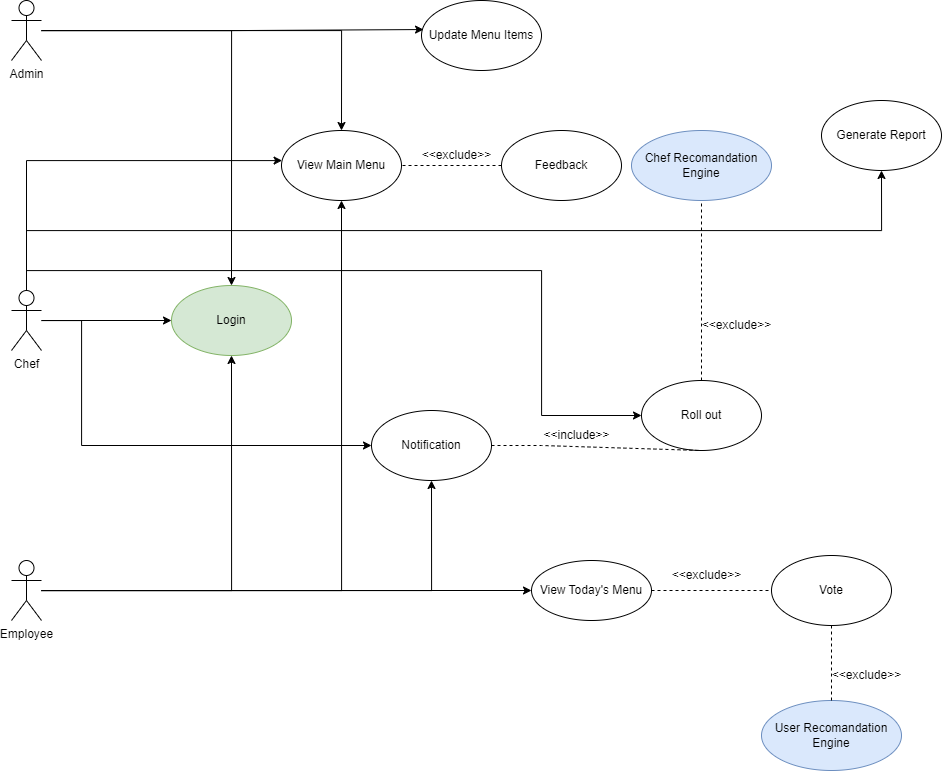
Earlier version of the draw.io export Diagrams/Usecase Diagram.png (rohitmatade-itt/Cafetria-RecomendationEngine). Source tidied: cells renumbered, new cells last; positions are measured from the earlier drawing's top-left corner, leaving out a move shared by most shapes.
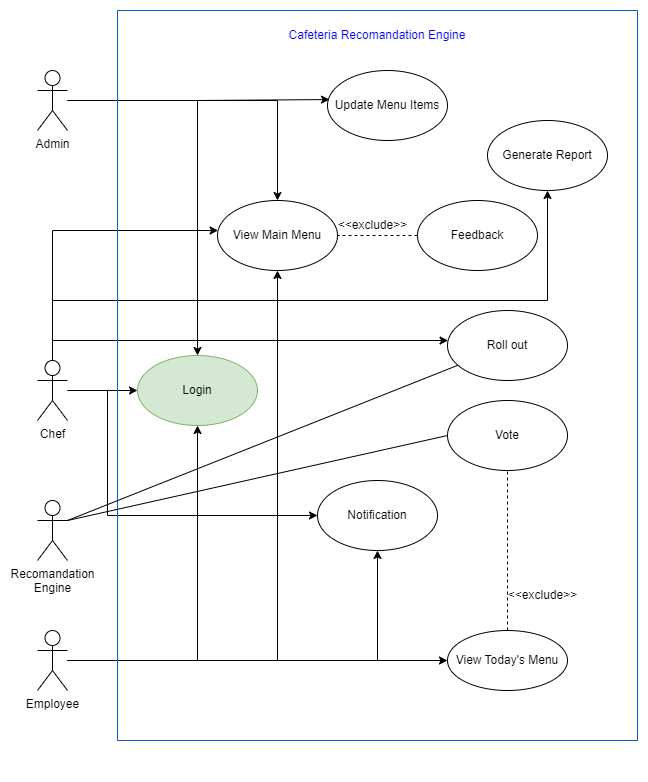
After the change.

The edit, as a diff of the source:
```diff
@@ -12,34 +12,22 @@
       <mxGeometry width="30" height="60" as="geometry" />
     </mxCell>
     <mxCell id="5" value="Login" style="ellipse;whiteSpace=wrap;html=1;fillColor=#d5e8d4;strokeColor=#82b366;" parent="1" vertex="1">
-      <mxGeometry x="160" y="285" width="120" height="70" as="geometry" />
+      <mxGeometry x="100" y="285" width="120" height="70" as="geometry" />
     </mxCell>
     <mxCell id="6" value="View Main Menu" style="ellipse;whiteSpace=wrap;html=1;" parent="1" vertex="1">
-      <mxGeometry x="270" y="130" width="120" height="70" as="geometry" />
+      <mxGeometry x="180" y="130" width="120" height="70" as="geometry" />
     </mxCell>
-    <mxCell id="7" value="Feedback" style="ellipse;whiteSpace=wrap;html=1;" parent="1" vertex="1">
-      <mxGeometry x="490" y="130" width="120" height="70" as="geometry" />
-    </mxCell>
     <mxCell id="8" value="Roll out" style="ellipse;whiteSpace=wrap;html=1;" parent="1" vertex="1">
-      <mxGeometry x="630" y="380" width="120" height="70" as="geometry" />
+      <mxGeometry x="410" y="240" width="120" height="70" as="geometry" />
     </mxCell>
-    <mxCell id="9" value="Chef Recomandation Engine" style="ellipse;whiteSpace=wrap;html=1;fillColor=#dae8fc;strokeColor=#6c8ebf;" parent="1" vertex="1">
-      <mxGeometry x="620" y="130" width="140" height="70" as="geometry" />
-    </mxCell>
     <mxCell id="10" value="Update Menu Items" style="ellipse;whiteSpace=wrap;html=1;" parent="1" vertex="1">
-      <mxGeometry x="410" width="120" height="70" as="geometry" />
+      <mxGeometry x="290" width="120" height="70" as="geometry" />
     </mxCell>
-    <mxCell id="11" value="Vote" style="ellipse;whiteSpace=wrap;html=1;" parent="1" vertex="1">
-      <mxGeometry x="760" y="555" width="120" height="70" as="geometry" />
-    </mxCell>
     <mxCell id="12" value="Generate Report" style="ellipse;whiteSpace=wrap;html=1;" parent="1" vertex="1">
-      <mxGeometry x="810" y="100" width="120" height="70" as="geometry" />
+      <mxGeometry x="450" y="50" width="120" height="70" as="geometry" />
     </mxCell>
-    <mxCell id="13" value="View Today's Menu" style="ellipse;whiteSpace=wrap;html=1;" parent="1" vertex="1">
-      <mxGeometry x="520" y="560" width="120" height="60" as="geometry" />
-    </mxCell>
     <mxCell id="14" value="Notification" style="ellipse;whiteSpace=wrap;html=1;" parent="1" vertex="1">
-      <mxGeometry x="360" y="410" width="120" height="70" as="geometry" />
+      <mxGeometry x="280" y="410" width="120" height="70" as="geometry" />
     </mxCell>
     <mxCell id="15" style="edgeStyle=orthogonalEdgeStyle;rounded=0;jettySize=auto;html=1;entryX=0;entryY=0.5;entryDx=0;entryDy=0;" parent="1" edge="1" source="20" target="5">
       <mxGeometry relative="1" as="geometry" />
@@ -95,44 +83,47 @@
     <mxCell id="26" style="edgeStyle=orthogonalEdgeStyle;rounded=0;jettySize=auto;html=1;entryX=0.017;entryY=0.415;entryDx=0;entryDy=0;entryPerimeter=0;" parent="1" edge="1" source="4" target="10">
       <mxGeometry relative="1" as="geometry" />
     </mxCell>
-    <mxCell id="27" style="endArrow=none;dashed=1;html=1;rounded=0;exitX=1;exitY=0.5;exitDx=0;exitDy=0;entryX=0.5;entryY=1;entryDx=0;entryDy=0;" parent="1" edge="1" source="14" target="8">
-      <mxGeometry relative="1" as="geometry">
-        <Array as="points">
-          <mxPoint x="530" y="445" />
-        </Array>
-      </mxGeometry>
-    </mxCell>
-    <mxCell id="28" style="endArrow=none;dashed=1;html=1;rounded=0;exitX=0.5;exitY=0;exitDx=0;exitDy=0;entryX=0.5;entryY=1;entryDx=0;entryDy=0;" parent="1" edge="1" source="8" target="9">
-      <mxGeometry relative="1" as="geometry" />
-    </mxCell>
-    <mxCell id="29" value="User Recomandation Engine" style="ellipse;whiteSpace=wrap;html=1;fillColor=#dae8fc;strokeColor=#6c8ebf;" parent="1" vertex="1">
-      <mxGeometry x="750" y="700" width="140" height="70" as="geometry" />
-    </mxCell>
-    <mxCell id="30" style="endArrow=none;dashed=1;html=1;rounded=0;exitX=0.5;exitY=0;exitDx=0;exitDy=0;" parent="1" edge="1" source="29" target="11">
-      <mxGeometry relative="1" as="geometry" />
-    </mxCell>
-    <mxCell id="31" value="&amp;lt;&amp;lt;exclude&amp;gt;&amp;gt;" style="text;html=1;align=center;verticalAlign=middle;strokeColor=none;fillColor=none;" parent="1" vertex="1">
-      <mxGeometry x="810" y="660" width="90" height="30" as="geometry" />
-    </mxCell>
-    <mxCell id="32" value="&amp;lt;&amp;lt;include&amp;gt;&amp;gt;" style="text;html=1;align=center;verticalAlign=middle;strokeColor=none;fillColor=none;" parent="1" vertex="1">
-      <mxGeometry x="520" y="420" width="90" height="30" as="geometry" />
-    </mxCell>
-    <mxCell id="33" value="&amp;lt;&amp;lt;exclude&amp;gt;&amp;gt;" style="text;html=1;align=center;verticalAlign=middle;strokeColor=none;fillColor=none;" parent="1" vertex="1">
-      <mxGeometry x="680" y="310" width="90" height="30" as="geometry" />
-    </mxCell>
     <mxCell id="34" style="endArrow=none;dashed=1;html=1;rounded=0;exitX=0;exitY=0.5;exitDx=0;exitDy=0;entryX=1;entryY=0.5;entryDx=0;entryDy=0;" parent="1" edge="1" source="7" target="6">
       <mxGeometry relative="1" as="geometry" />
     </mxCell>
     <mxCell id="35" value="&amp;lt;&amp;lt;exclude&amp;gt;&amp;gt;" style="text;html=1;align=center;verticalAlign=middle;strokeColor=none;fillColor=none;" parent="1" vertex="1">
-      <mxGeometry x="400" y="140" width="90" height="30" as="geometry" />
+      <mxGeometry x="290" y="140" width="90" height="30" as="geometry" />
     </mxCell>
+    <mxCell id="38" style="swimlane;startSize=0;strokeColor=#0b57d0;" parent="1" vertex="1">
+      <mxGeometry x="80" y="-60" width="520" height="730" as="geometry" />
+    </mxCell>
+    <mxCell id="39" value="&lt;font color=&quot;#0000ff&quot;&gt;Cafeteria Recomandation Engine&lt;/font&gt;" style="text;html=1;align=center;verticalAlign=middle;whiteSpace=wrap;rounded=0;" parent="38" vertex="1">
+      <mxGeometry x="160" y="10" width="200" height="30" as="geometry" />
+    </mxCell>
+    <mxCell id="11" value="Vote" style="ellipse;whiteSpace=wrap;html=1;" parent="38" vertex="1">
+      <mxGeometry x="330" y="390" width="120" height="70" as="geometry" />
+    </mxCell>
+    <mxCell id="13" value="View Today's Menu" style="ellipse;whiteSpace=wrap;html=1;" parent="38" vertex="1">
+      <mxGeometry x="330" y="620" width="120" height="60" as="geometry" />
+    </mxCell>
-    <mxCell id="36" style="endArrow=none;dashed=1;html=1;rounded=0;" parent="1" edge="1" source="13">
-      <mxGeometry relative="1" as="geometry">
-        <mxPoint x="760" y="590" as="targetPoint" />
-      </mxGeometry>
+    <mxCell id="36" style="endArrow=none;dashed=1;html=1;rounded=0;" parent="38" edge="1" source="13" target="11">
+      <mxGeometry relative="1" as="geometry" />
     </mxCell>
-    <mxCell id="37" value="&amp;lt;&amp;lt;exclude&amp;gt;&amp;gt;" style="text;html=1;align=center;verticalAlign=middle;strokeColor=none;fillColor=none;" parent="1" vertex="1">
-      <mxGeometry x="650" y="560" width="90" height="30" as="geometry" />
+    <mxCell id="37" value="&amp;lt;&amp;lt;exclude&amp;gt;&amp;gt;" style="text;html=1;align=center;verticalAlign=middle;strokeColor=none;fillColor=none;" parent="38" vertex="1">
+      <mxGeometry x="380" y="570" width="90" height="30" as="geometry" />
     </mxCell>
+    <mxCell id="7" value="Feedback" style="ellipse;whiteSpace=wrap;html=1;" parent="38" vertex="1">
+      <mxGeometry x="300" y="190" width="120" height="70" as="geometry" />
+    </mxCell>
+    <mxCell id="40" style="edgeStyle=orthogonalEdgeStyle;rounded=0;orthogonalLoop=1;jettySize=auto;html=1;exitX=0.5;exitY=1;exitDx=0;exitDy=0;" parent="1" edge="1">
+      <mxGeometry relative="1" as="geometry">
+        <mxPoint x="340" y="692" as="sourcePoint" />
+        <mxPoint x="340" y="692" as="targetPoint" />
+      </mxGeometry>
+    </mxCell>
+    <mxCell id="41" value="Recomandation &lt;br&gt;Engine" style="shape=umlActor;verticalLabelPosition=bottom;verticalAlign=top;html=1;outlineConnect=0;" parent="1" vertex="1">
+      <mxGeometry y="430" width="30" height="60" as="geometry" />
+    </mxCell>
+    <mxCell id="42" style="endArrow=none;html=1;rounded=0;exitX=1;exitY=0.3333333333333333;exitDx=0;exitDy=0;exitPerimeter=0;" parent="1" edge="1" source="41" target="8">
+      <mxGeometry relative="1" as="geometry" />
+    </mxCell>
+    <mxCell id="43" style="endArrow=none;html=1;rounded=0;entryX=0;entryY=0.5;entryDx=0;entryDy=0;exitX=1;exitY=0.3333333333333333;exitDx=0;exitDy=0;exitPerimeter=0;" parent="1" edge="1" source="41" target="11">
+      <mxGeometry relative="1" as="geometry" />
+    </mxCell>
   </root>
 </mxGraphModel>
```
